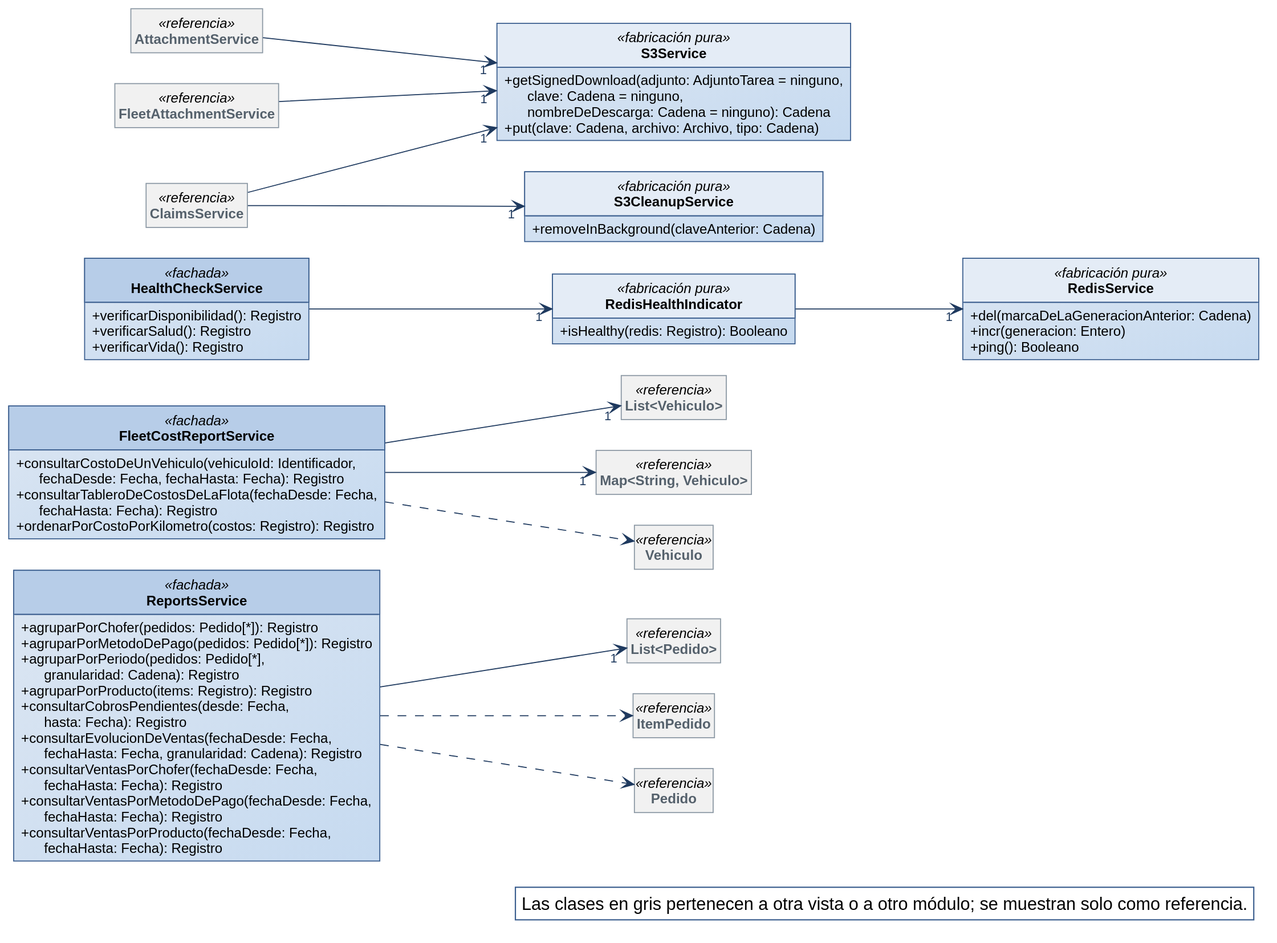
Nahuelito-Dev/splg-docs keeps this PlantUML diagram as diagramas/clases-diseno/DC_Mod_Soporte.svg. Above is the earlier version.
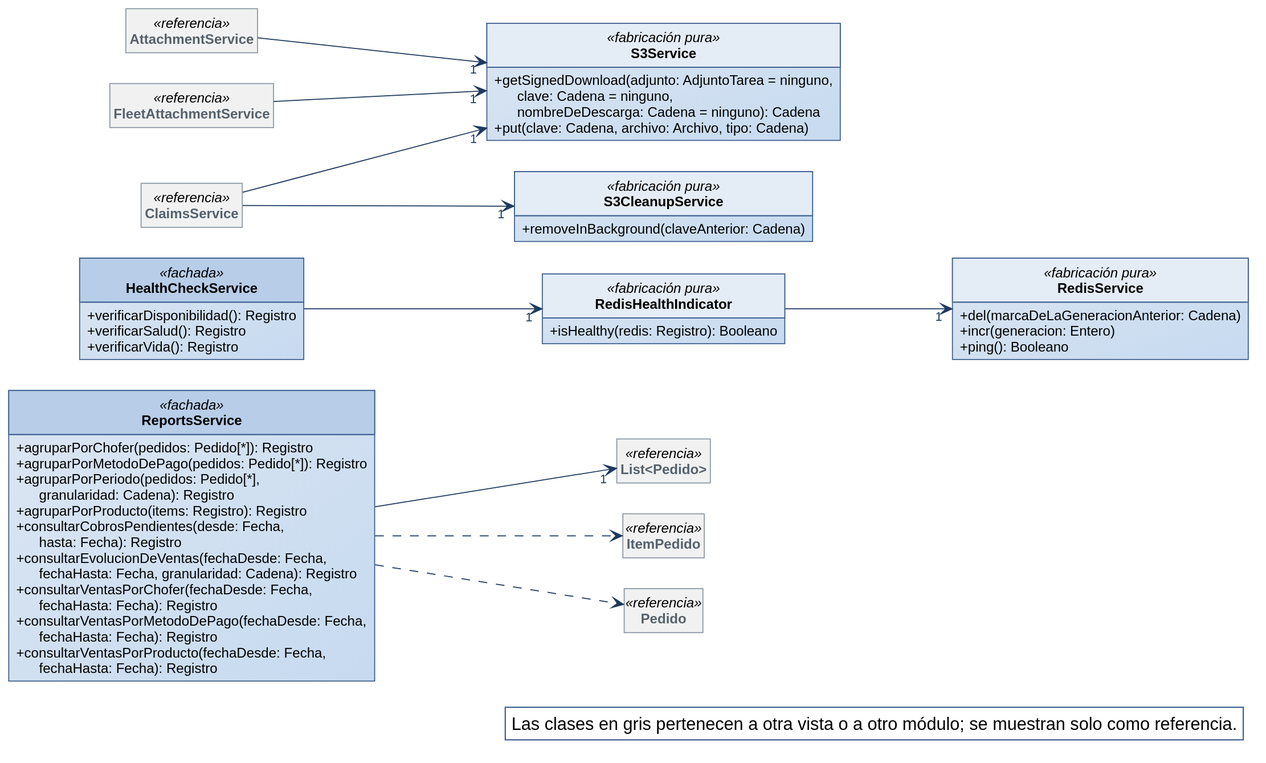
After the change.

Change to the diagram source:
```diff
@@ -41,11 +41,6 @@
   + consultarVentasPorMetodoDePago(fechaDesde: Fecha,\n      fechaHasta: Fecha): Registro
   + consultarVentasPorProducto(fechaDesde: Fecha,\n      fechaHasta: Fecha): Registro
 }
-class FleetCostReportService <<fachada>> {
-  + consultarCostoDeUnVehiculo(vehiculoId: Identificador,\n      fechaDesde: Fecha, fechaHasta: Fecha): Registro
-  + consultarTableroDeCostosDeLaFlota(fechaDesde: Fecha,\n      fechaHasta: Fecha): Registro
-  + ordenarPorCostoPorKilometro(costos: Registro): Registro
-}
 class HealthCheckService <<fachada>> {
   + verificarDisponibilidad(): Registro
   + verificarSalud(): Registro
@@ -66,22 +61,16 @@
 class S3CleanupService <<fabricación pura>> {
   + removeInBackground(claveAnterior: Cadena)
 }
-class "List<Vehiculo>" as List_Vehiculo <<referencia>>
-class "Map<String, Vehiculo>" as Map_String_Vehiculo <<referencia>>
 class "List<Pedido>" as List_Pedido <<referencia>>
-class Vehiculo <<referencia>>
 class ItemPedido <<referencia>>
 class Pedido <<referencia>>
 class AttachmentService <<referencia>>
 class ClaimsService <<referencia>>
 class FleetAttachmentService <<referencia>>
 
-FleetCostReportService --> "1" List_Vehiculo
-FleetCostReportService --> "1" Map_String_Vehiculo
 HealthCheckService --> "1" RedisHealthIndicator
 RedisHealthIndicator --> "1" RedisService
 ReportsService --> "1" List_Pedido
-FleetCostReportService ..> Vehiculo
 ReportsService ..> ItemPedido
 ReportsService ..> Pedido
 AttachmentService --> "1" S3Service
```
